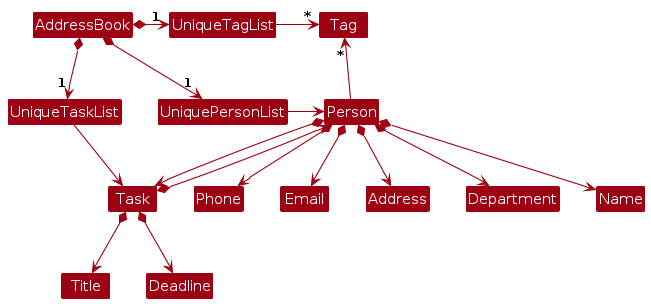
Before: diagrams/BetterModelClassDiagram.png, a diagram exported from PlantUML (AY2324S2-CS2103T-T14-1/tp). Its source is kept beside it as diagrams/BetterModelClassDiagram.puml.
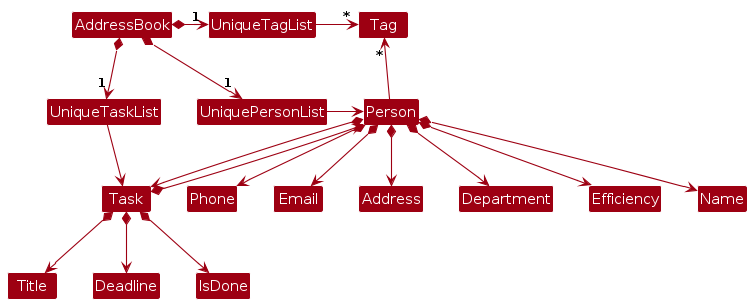
The same file after the commit.

Diff of the diagram source:
```diff
@@ -22,8 +22,10 @@
 Person *--> Address
 Person *--> Department
 Person *--> Task
+Person *--> Efficiency
 
 Task *--> Title
 Task *--> Deadline
 Task *--> Person
+Task *--> IsDone
 @enduml
```
